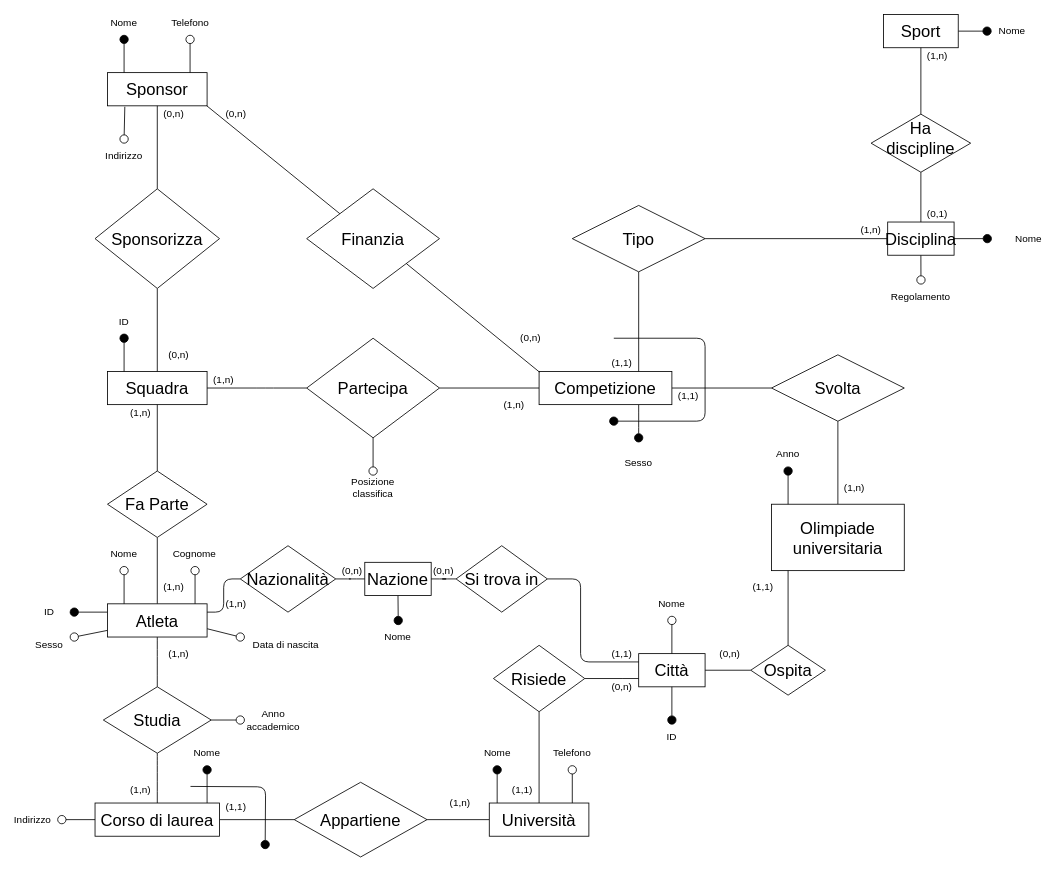
Above: page "Schema E-R" (1 of 3) of Olimpiadi studentesche.drawio in giovannivelludo/database-project (draw.io), before the change. Source tidied: cells renumbered, new cells numbered last; positions are measured from the earlier drawing's top-left corner, leaving out a move shared by most shapes. Both pictures are drawn from the tidied source at 83%, with x=0, y=0 at pixel (16, 14).
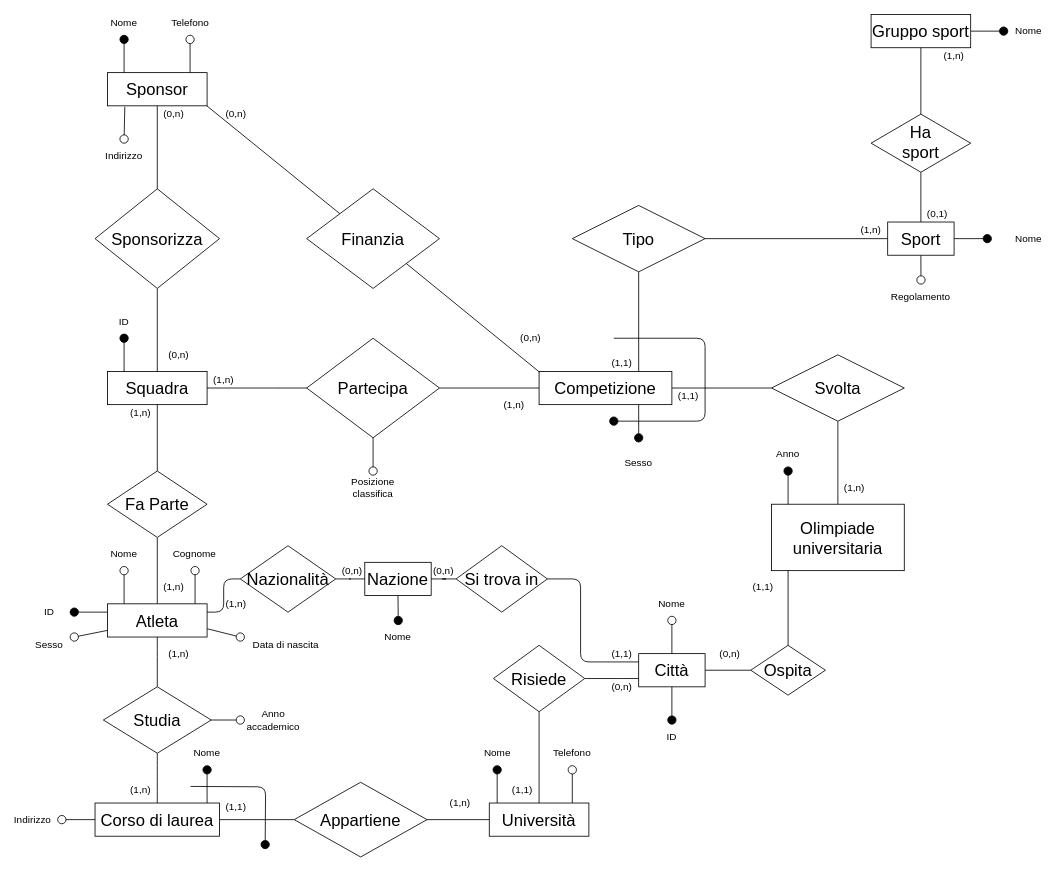
The same diagram, later.

Commit message:
Rinominato Disciplina in Sport, e Sport in Gruppo Sport

Diff of the diagram source:
```diff
@@
-    <mxCell id="11" value="&lt;div&gt;Disciplina&lt;/div&gt;" style="rounded=0;whiteSpace=wrap;html=1;fontSize=20;" parent="1" vertex="1">
+    <mxCell id="11" value="&lt;div&gt;Sport&lt;/div&gt;" style="rounded=0;whiteSpace=wrap;html=1;fontSize=20;" parent="1" vertex="1">
       <mxGeometry x="1050" y="250" width="80" height="40" as="geometry" />
     </mxCell>
@@
     <mxCell id="112" style="edgeStyle=orthogonalEdgeStyle;rounded=0;jettySize=auto;html=1;exitX=1;exitY=0.5;exitDx=0;exitDy=0;endArrow=oval;endFill=1;strokeWidth=1;endSize=10;" parent="1" edge="1" source="113">
       <mxGeometry relative="1" as="geometry">
-        <mxPoint x="1169.7" y="19.8" as="targetPoint" />
+        <mxPoint x="1189.7" y="19.8" as="targetPoint" />
       </mxGeometry>
     </mxCell>
-    <mxCell id="113" value="&lt;div&gt;Sport&lt;/div&gt;" style="rounded=0;whiteSpace=wrap;html=1;fontSize=20;" parent="1" vertex="1">
-      <mxGeometry x="1045" width="90" height="40" as="geometry" />
+    <mxCell id="113" value="Gruppo sport" style="rounded=0;whiteSpace=wrap;html=1;fontSize=20;" parent="1" vertex="1">
+      <mxGeometry x="1030" width="120" height="40" as="geometry" />
     </mxCell>
@@
-    <mxCell id="122" value="&lt;div&gt;&lt;font style=&quot;font-size: 20px&quot;&gt;Ha&lt;/font&gt;&lt;/div&gt;&lt;div&gt;&lt;font style=&quot;font-size: 20px&quot;&gt;discipline&lt;/font&gt;&lt;/div&gt;" style="rhombus;html=1;whiteSpace=wrap;spacingBottom=13;" parent="1" vertex="1">
+    <mxCell id="122" value="&lt;div&gt;&lt;font style=&quot;font-size: 20px&quot;&gt;Ha&lt;/font&gt;&lt;/div&gt;&lt;div&gt;&lt;font style=&quot;font-size: 20px&quot;&gt;sport&lt;br&gt;&lt;/font&gt;&lt;/div&gt;" style="rhombus;html=1;whiteSpace=wrap;spacingBottom=4;" parent="1" vertex="1">
       <mxGeometry x="1030" y="120" width="120" height="70" as="geometry" />
     </mxCell>
     <mxCell id="123" value="Nome" style="text;html=1;strokeColor=none;fillColor=none;align=center;verticalAlign=middle;whiteSpace=wrap;rounded=0;" parent="1" vertex="1">
-      <mxGeometry x="1180" y="10" width="40" height="20" as="geometry" />
+      <mxGeometry x="1200" y="10" width="40" height="20" as="geometry" />
     </mxCell>
@@
     <mxCell id="125" value="(1,n)" style="text;html=1;strokeColor=none;fillColor=none;align=center;verticalAlign=middle;whiteSpace=wrap;rounded=0;shadow=0;glass=0;comic=0;fontSize=12;" parent="1" vertex="1">
-      <mxGeometry x="1090" y="40" width="40" height="20" as="geometry" />
+      <mxGeometry x="1110" y="40" width="40" height="20" as="geometry" />
     </mxCell>
```
